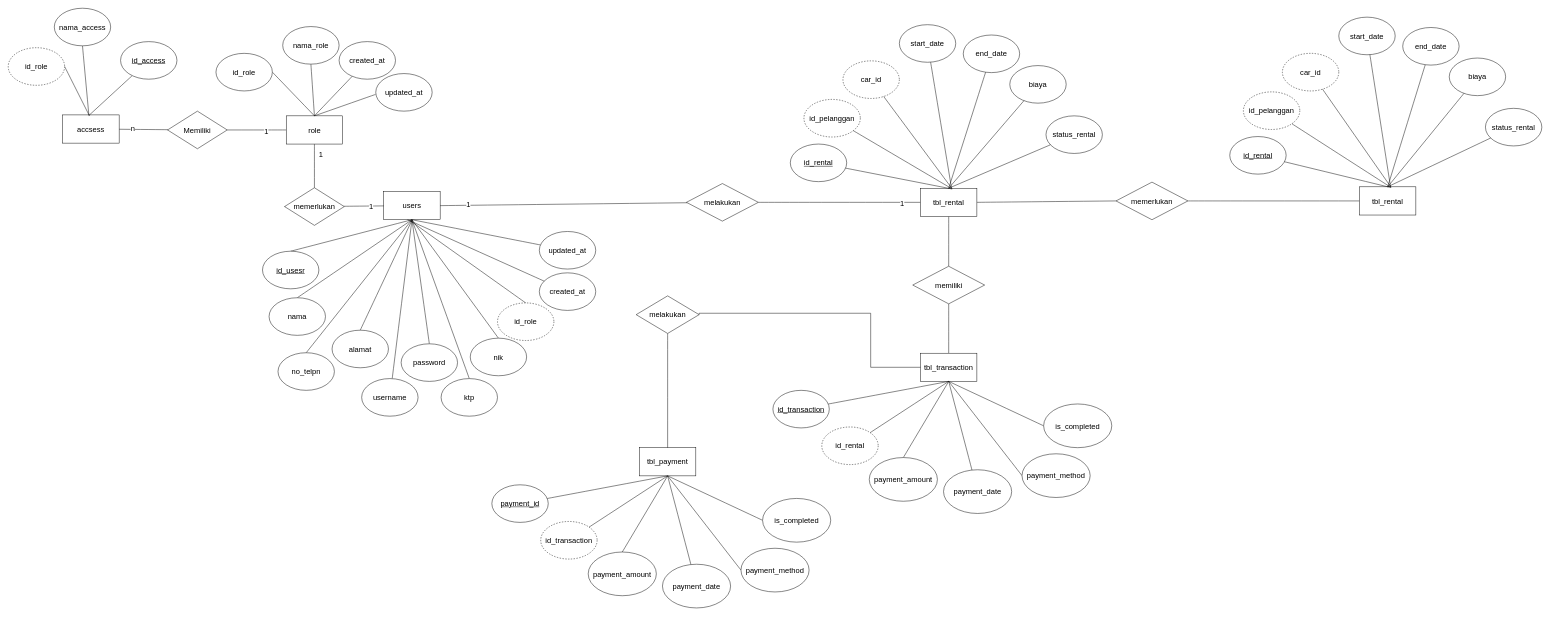
The draw.io diagram diagram entity.drawio in Kantrawibawa10/Draw-I-O, before the edit. Source tidied: cells renumbered, new cells numbered last; positions are measured from the earlier drawing's top-left corner, leaving out a move shared by most shapes. Both pictures are drawn from the tidied source at 47%, with x=0, y=0 at pixel (8, 8).
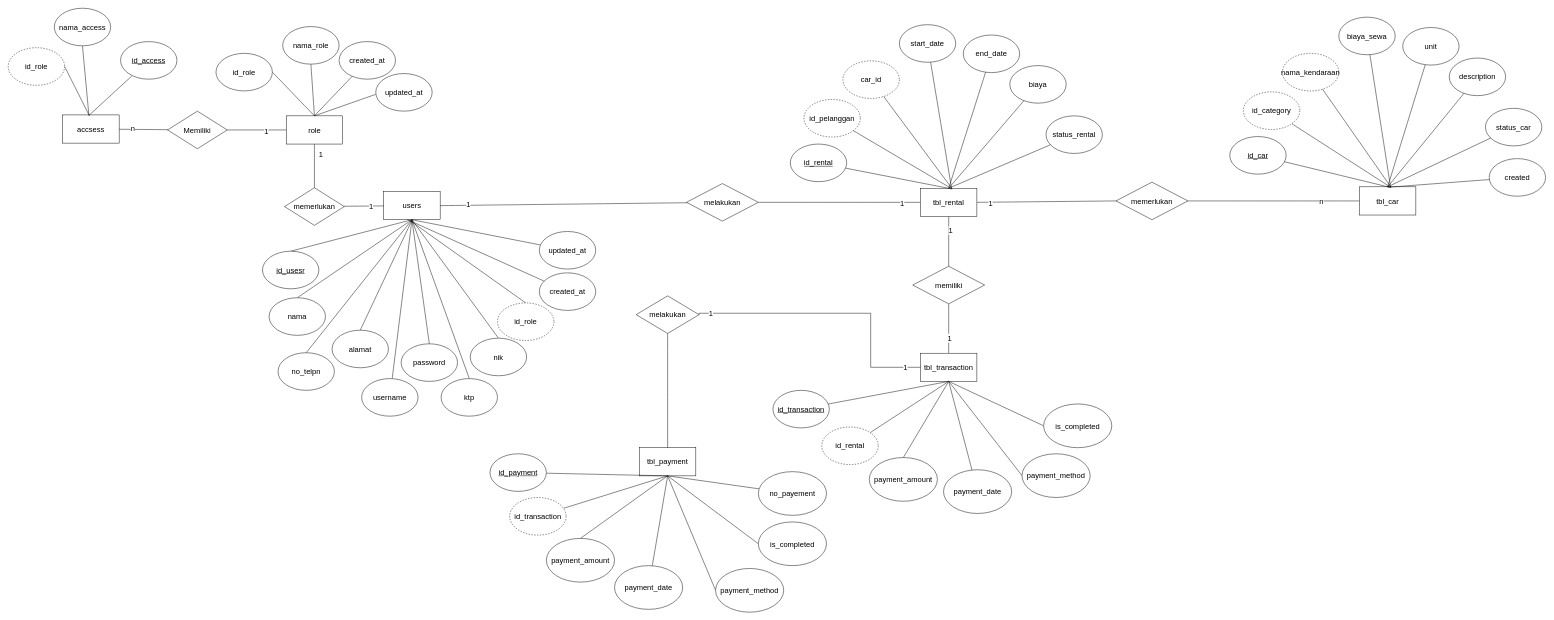
After the change.

Unchanged cells that the change refers to:
```xml
<mxCell id="35" style="edgeStyle=none;curved=1;rounded=0;jettySize=auto;html=1;exitX=0.5;exitY=1;exitDx=0;exitDy=0;fontSize=12;startSize=8;endSize=8;endArrow=none;endFill=0;" parent="1" edge="1" source="37" target="75">
  <mxGeometry relative="1" as="geometry" />
</mxCell>
<mxCell id="36" style="edgeStyle=none;curved=1;rounded=0;jettySize=auto;html=1;exitX=1;exitY=0.5;exitDx=0;exitDy=0;entryX=0;entryY=0.5;entryDx=0;entryDy=0;fontSize=12;startSize=8;endSize=8;endArrow=none;endFill=0;" parent="1" edge="1" source="37" target="105">
  <mxGeometry relative="1" as="geometry" />
</mxCell>
<mxCell id="74" style="edgeStyle=none;curved=1;rounded=0;jettySize=auto;html=1;exitX=0.5;exitY=1;exitDx=0;exitDy=0;fontSize=12;startSize=8;endSize=8;endArrow=none;endFill=0;" parent="1" edge="1" source="75" target="76">
  <mxGeometry relative="1" as="geometry" />
</mxCell>
<mxCell id="89" style="edgeStyle=segmentEdgeStyle;endArrow=none;html=1;curved=0;rounded=0;endSize=8;startSize=8;fontSize=12;entryX=1;entryY=0.5;entryDx=0;entryDy=0;endFill=0;exitX=0;exitY=0.5;exitDx=0;exitDy=0;" parent="1" edge="1" source="76" target="104">
  <mxGeometry relative="1" as="geometry">
    <Array as="points">
      <mxPoint x="1835" y="764" />
      <mxPoint x="1835" y="649" />
      <mxPoint x="1470" y="649" />
    </Array>
  </mxGeometry>
</mxCell>
<mxCell id="90" value="tbl_payment" style="rounded=0;whiteSpace=wrap;html=1;fontSize=16;" parent="1" vertex="1">
  <mxGeometry x="1343" y="935" width="120" height="60" as="geometry" />
</mxCell>
<mxCell id="106" style="edgeStyle=none;curved=1;rounded=0;jettySize=auto;html=1;exitX=1;exitY=0.5;exitDx=0;exitDy=0;fontSize=12;startSize=8;endSize=8;endArrow=none;endFill=0;entryX=0;entryY=0.5;entryDx=0;entryDy=0;" parent="1" edge="1" source="105" target="107">
  <mxGeometry relative="1" as="geometry" />
</mxCell>
```

The edit, as a diff of the source:
```diff
@@
+    <mxCell id="122" value="1" style="edgeLabel;html=1;align=center;verticalAlign=middle;fontSize=16;" parent="35" vertex="1">
+      <mxGeometry x="-0.46" y="3" relative="1" as="geometry" />
+    </mxCell>
@@
+    <mxCell id="123" value="1" style="edgeLabel;html=1;align=center;verticalAlign=middle;fontSize=16;" parent="36" vertex="1">
+      <mxGeometry x="-0.81" y="-3" relative="1" as="geometry" />
+    </mxCell>
@@
+    <mxCell id="124" value="1" style="edgeLabel;html=1;align=center;verticalAlign=middle;fontSize=16;" parent="74" vertex="1">
+      <mxGeometry x="0.38" y="1" relative="1" as="geometry" />
+    </mxCell>
@@
+    <mxCell id="125" value="1" style="edgeLabel;html=1;align=center;verticalAlign=middle;fontSize=16;" parent="89" vertex="1">
+      <mxGeometry x="-0.89" y="-1" relative="1" as="geometry">
+        <mxPoint x="-1" as="offset" />
+      </mxGeometry>
+    </mxCell>
+    <mxCell id="126" value="1" style="edgeLabel;html=1;align=center;verticalAlign=middle;fontSize=16;" parent="89" vertex="1">
+      <mxGeometry x="0.91" relative="1" as="geometry" />
+    </mxCell>
@@
-    <mxCell id="92" value="&lt;u&gt;payment_id&lt;/u&gt;" style="ellipse;whiteSpace=wrap;html=1;fontSize=16;" parent="1" vertex="1">
-      <mxGeometry x="1029" y="1014" width="120" height="80" as="geometry" />
+    <mxCell id="92" value="&lt;u&gt;id_payment&lt;/u&gt;" style="ellipse;whiteSpace=wrap;html=1;fontSize=16;" parent="1" vertex="1">
+      <mxGeometry x="1025" y="948" width="120" height="80" as="geometry" />
     </mxCell>
@@
     <mxCell id="94" value="id_transaction" style="ellipse;whiteSpace=wrap;html=1;fontSize=16;dashed=1;" parent="1" vertex="1">
-      <mxGeometry x="1133" y="1092" width="120" height="80" as="geometry" />
+      <mxGeometry x="1067" y="1041" width="120" height="80" as="geometry" />
     </mxCell>
@@
     <mxCell id="96" value="payment_amount" style="ellipse;whiteSpace=wrap;html=1;fontSize=16;" parent="1" vertex="1">
-      <mxGeometry x="1234" y="1157" width="145" height="93" as="geometry" />
+      <mxGeometry x="1145" y="1128" width="145" height="93" as="geometry" />
     </mxCell>
@@
     <mxCell id="98" value="payment_date" style="ellipse;whiteSpace=wrap;html=1;fontSize=16;" parent="1" vertex="1">
-      <mxGeometry x="1392" y="1183" width="145" height="93" as="geometry" />
+      <mxGeometry x="1290" y="1186" width="145" height="93" as="geometry" />
     </mxCell>
@@
     <mxCell id="100" value="payment_method" style="ellipse;whiteSpace=wrap;html=1;fontSize=16;" parent="1" vertex="1">
-      <mxGeometry x="1559" y="1149" width="145" height="93" as="geometry" />
+      <mxGeometry x="1505" y="1192" width="145" height="93" as="geometry" />
     </mxCell>
@@
     <mxCell id="102" value="is_completed" style="ellipse;whiteSpace=wrap;html=1;fontSize=16;" parent="1" vertex="1">
-      <mxGeometry x="1605" y="1043" width="145" height="93" as="geometry" />
+      <mxGeometry x="1596" y="1093" width="145" height="93" as="geometry" />
     </mxCell>
@@
+    <mxCell id="127" value="n" style="edgeLabel;html=1;align=center;verticalAlign=middle;fontSize=16;" parent="106" vertex="1">
+      <mxGeometry x="0.55" relative="1" as="geometry" />
+    </mxCell>
-    <mxCell id="107" value="tbl_rental" style="rounded=0;whiteSpace=wrap;html=1;fontSize=16;" parent="1" vertex="1">
+    <mxCell id="107" value="tbl_car" style="rounded=0;whiteSpace=wrap;html=1;fontSize=16;" parent="1" vertex="1">
       <mxGeometry x="2875" y="380" width="120" height="60" as="geometry" />
     </mxCell>
-    <mxCell id="108" value="&lt;u&gt;id_rental&lt;/u&gt;" style="ellipse;whiteSpace=wrap;html=1;fontSize=16;" parent="1" vertex="1">
+    <mxCell id="108" value="&lt;u&gt;id_car&lt;/u&gt;" style="ellipse;whiteSpace=wrap;html=1;fontSize=16;" parent="1" vertex="1">
       <mxGeometry x="2599" y="273" width="120" height="80" as="geometry" />
     </mxCell>
@@
-    <mxCell id="110" value="id_pelanggan" style="ellipse;whiteSpace=wrap;html=1;fontSize=16;dashed=1;" parent="1" vertex="1">
+    <mxCell id="110" value="id_category" style="ellipse;whiteSpace=wrap;html=1;fontSize=16;dashed=1;" parent="1" vertex="1">
       <mxGeometry x="2628" y="178" width="120" height="80" as="geometry" />
     </mxCell>
@@
-    <mxCell id="112" value="car_id" style="ellipse;whiteSpace=wrap;html=1;fontSize=16;dashed=1;" parent="1" vertex="1">
+    <mxCell id="112" value="nama_kendaraan" style="ellipse;whiteSpace=wrap;html=1;fontSize=16;dashed=1;" parent="1" vertex="1">
       <mxGeometry x="2711" y="96" width="120" height="80" as="geometry" />
     </mxCell>
@@
-    <mxCell id="114" value="start_date" style="ellipse;whiteSpace=wrap;html=1;fontSize=16;" parent="1" vertex="1">
+    <mxCell id="114" value="biaya_sewa" style="ellipse;whiteSpace=wrap;html=1;fontSize=16;" parent="1" vertex="1">
       <mxGeometry x="2831" y="19" width="120" height="80" as="geometry" />
     </mxCell>
@@
-    <mxCell id="116" value="end_date" style="ellipse;whiteSpace=wrap;html=1;fontSize=16;" parent="1" vertex="1">
+    <mxCell id="116" value="unit" style="ellipse;whiteSpace=wrap;html=1;fontSize=16;" parent="1" vertex="1">
       <mxGeometry x="2967" y="41" width="120" height="80" as="geometry" />
     </mxCell>
@@
-    <mxCell id="118" value="biaya" style="ellipse;whiteSpace=wrap;html=1;fontSize=16;" parent="1" vertex="1">
+    <mxCell id="118" value="description" style="ellipse;whiteSpace=wrap;html=1;fontSize=16;" parent="1" vertex="1">
       <mxGeometry x="3066" y="106" width="120" height="80" as="geometry" />
     </mxCell>
@@
-    <mxCell id="120" value="status_rental" style="ellipse;whiteSpace=wrap;html=1;fontSize=16;" parent="1" vertex="1">
+    <mxCell id="120" value="status_car" style="ellipse;whiteSpace=wrap;html=1;fontSize=16;" parent="1" vertex="1">
       <mxGeometry x="3143" y="213" width="120" height="80" as="geometry" />
     </mxCell>
@@
+    <mxCell id="128" style="edgeStyle=none;curved=1;rounded=0;jettySize=auto;html=1;entryX=0.5;entryY=1;entryDx=0;entryDy=0;fontSize=12;startSize=8;endSize=8;endArrow=none;endFill=0;" parent="1" edge="1" source="129" target="90">
+      <mxGeometry relative="1" as="geometry" />
+    </mxCell>
+    <mxCell id="129" value="no_payement" style="ellipse;whiteSpace=wrap;html=1;fontSize=16;" parent="1" vertex="1">
+      <mxGeometry x="1596" y="986" width="145" height="93" as="geometry" />
+    </mxCell>
+    <mxCell id="130" style="edgeStyle=none;curved=1;rounded=0;jettySize=auto;html=1;fontSize=12;startSize=8;endSize=8;endArrow=none;endFill=0;" parent="1" edge="1" source="131">
+      <mxGeometry relative="1" as="geometry">
+        <mxPoint x="2935" y="381" as="targetPoint" />
+      </mxGeometry>
+    </mxCell>
+    <mxCell id="131" value="created" style="ellipse;whiteSpace=wrap;html=1;fontSize=16;" parent="1" vertex="1">
+      <mxGeometry x="3151" y="320" width="120" height="80" as="geometry" />
+    </mxCell>
```
